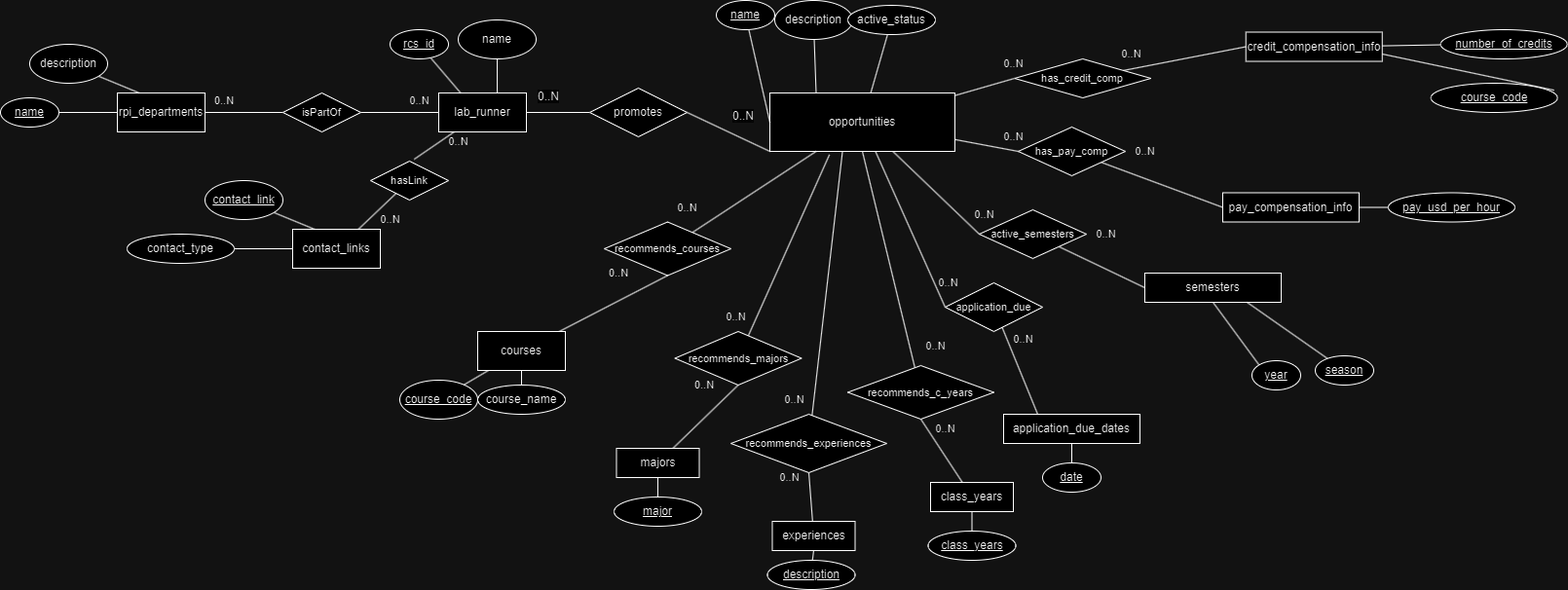
Before: docs/database_docs/phase2_erd_sunny.png, a diagram exported from draw.io (LabConnect-RCOS/LabConnect-Backend). Source tidied: cells renumbered, new cells last; positions are measured from the earlier drawing's top-left corner, leaving out a move shared by most shapes.
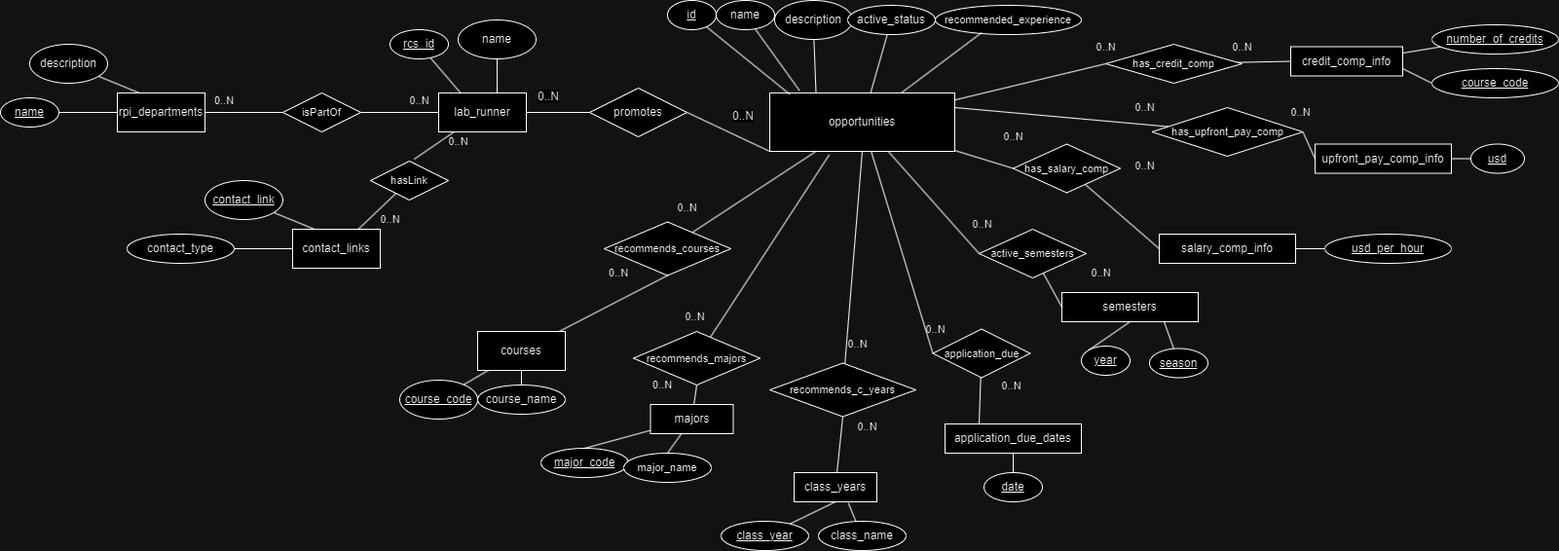
Later version of the same file.

What changed in the source:
```diff
@@ -19,6 +19,6 @@
     </mxCell>
-    <mxCell id="7" style="rounded=0;jettySize=auto;html=1;entryX=0;entryY=0.5;entryDx=0;entryDy=0;endArrow=none;endFill=0;" parent="1" edge="1" source="8" target="6">
+    <mxCell id="7" style="rounded=0;jettySize=auto;html=1;entryX=0.161;entryY=-0.04;entryDx=0;entryDy=0;endArrow=none;endFill=0;entryPerimeter=0;" parent="1" edge="1" source="8" target="6">
       <mxGeometry relative="1" as="geometry" />
     </mxCell>
-    <mxCell id="8" value="&lt;u&gt;name&lt;/u&gt;" style="ellipse;whiteSpace=wrap;html=1;" parent="1" vertex="1">
+    <mxCell id="8" value="name" style="ellipse;whiteSpace=wrap;html=1;" parent="1" vertex="1">
       <mxGeometry x="735" width="60" height="30" as="geometry" />
@@ -99,4 +99,7 @@
     </mxCell>
+    <mxCell id="111" style="edgeStyle=none;shape=connector;rounded=0;jettySize=auto;html=1;entryX=0.5;entryY=0;entryDx=0;entryDy=0;labelBackgroundColor=default;strokeColor=default;align=center;verticalAlign=middle;fontFamily=Helvetica;fontSize=11;fontColor=default;endArrow=none;endFill=0;" parent="1" edge="1" source="33" target="116">
+      <mxGeometry relative="1" as="geometry" />
+    </mxCell>
     <mxCell id="33" value="majors" style="rounded=0;whiteSpace=wrap;html=1;" parent="1" vertex="1">
-      <mxGeometry x="632.5" y="460" width="85" height="30" as="geometry" />
+      <mxGeometry x="667.5" y="415" width="85" height="30" as="geometry" />
     </mxCell>
@@ -105,4 +108,4 @@
     </mxCell>
-    <mxCell id="35" value="&lt;u&gt;major&lt;/u&gt;" style="ellipse;whiteSpace=wrap;html=1;" parent="1" vertex="1">
-      <mxGeometry x="630" y="510" width="90" height="30" as="geometry" />
+    <mxCell id="35" value="&lt;u&gt;major_code&lt;/u&gt;" style="ellipse;whiteSpace=wrap;html=1;" parent="1" vertex="1">
+      <mxGeometry x="555" y="460" width="90" height="30" as="geometry" />
     </mxCell>
@@ -112,3 +115,3 @@
     <mxCell id="37" value="class_years" style="rounded=0;whiteSpace=wrap;html=1;" parent="1" vertex="1">
-      <mxGeometry x="955" y="495" width="85" height="30" as="geometry" />
+      <mxGeometry x="815" y="485" width="85" height="30" as="geometry" />
     </mxCell>
@@ -117,19 +120,7 @@
     </mxCell>
-    <mxCell id="39" value="&lt;u&gt;class_years&lt;/u&gt;" style="ellipse;whiteSpace=wrap;html=1;" parent="1" vertex="1">
-      <mxGeometry x="952.5" y="545" width="90" height="30" as="geometry" />
+    <mxCell id="39" value="&lt;u&gt;class_year&lt;/u&gt;" style="ellipse;whiteSpace=wrap;html=1;" parent="1" vertex="1">
+      <mxGeometry x="740" y="535" width="90" height="30" as="geometry" />
     </mxCell>
-    <mxCell id="40" style="edgeStyle=none;shape=connector;rounded=0;jettySize=auto;html=1;entryX=0.5;entryY=1;entryDx=0;entryDy=0;labelBackgroundColor=default;strokeColor=default;align=center;verticalAlign=middle;fontFamily=Helvetica;fontSize=11;fontColor=default;endArrow=none;endFill=0;" parent="1" edge="1" source="41" target="81">
-      <mxGeometry relative="1" as="geometry" />
-    </mxCell>
-    <mxCell id="41" value="experiences" style="rounded=0;whiteSpace=wrap;html=1;" parent="1" vertex="1">
-      <mxGeometry x="792.5" y="535" width="85" height="30" as="geometry" />
-    </mxCell>
-    <mxCell id="42" style="rounded=0;jettySize=auto;html=1;entryX=0.5;entryY=1;entryDx=0;entryDy=0;endArrow=none;endFill=0;" parent="1" edge="1" source="43" target="41">
-      <mxGeometry relative="1" as="geometry" />
-    </mxCell>
-    <mxCell id="43" value="&lt;u&gt;description&lt;/u&gt;" style="ellipse;whiteSpace=wrap;html=1;" parent="1" vertex="1">
-      <mxGeometry x="787.5" y="575" width="90" height="30" as="geometry" />
-    </mxCell>
-    <mxCell id="44" value="pay_compensation_info" style="rounded=0;whiteSpace=wrap;html=1;" parent="1" vertex="1">
-      <mxGeometry x="1255" y="197.5" width="140" height="30" as="geometry" />
+    <mxCell id="44" value="salary_comp_info" style="rounded=0;whiteSpace=wrap;html=1;" parent="1" vertex="1">
+      <mxGeometry x="1190" y="240" width="140" height="30" as="geometry" />
     </mxCell>
@@ -138,7 +129,7 @@
     </mxCell>
-    <mxCell id="46" value="&lt;u&gt;pay_usd_per_hour&lt;/u&gt;" style="ellipse;whiteSpace=wrap;html=1;" parent="1" vertex="1">
-      <mxGeometry x="1425" y="197.5" width="130" height="30" as="geometry" />
+    <mxCell id="46" value="&lt;u&gt;usd_per_hour&lt;/u&gt;" style="ellipse;whiteSpace=wrap;html=1;" parent="1" vertex="1">
+      <mxGeometry x="1360" y="240" width="130" height="30" as="geometry" />
     </mxCell>
-    <mxCell id="47" value="credit_compensation_info" style="rounded=0;whiteSpace=wrap;html=1;" parent="1" vertex="1">
-      <mxGeometry x="1278.8" y="32.5" width="140" height="30" as="geometry" />
+    <mxCell id="47" value="credit_comp_info" style="rounded=0;whiteSpace=wrap;html=1;" parent="1" vertex="1">
+      <mxGeometry x="1325" y="47.5" width="115" height="30" as="geometry" />
     </mxCell>
@@ -148,5 +139,5 @@
     <mxCell id="49" value="&lt;u&gt;number_of_credits&lt;/u&gt;" style="ellipse;whiteSpace=wrap;html=1;" parent="1" vertex="1">
-      <mxGeometry x="1478.8" y="30" width="130" height="30" as="geometry" />
+      <mxGeometry x="1470" y="25" width="130" height="30" as="geometry" />
     </mxCell>
-    <mxCell id="50" style="rounded=0;jettySize=auto;html=1;entryX=1;entryY=0.75;entryDx=0;entryDy=0;endArrow=none;endFill=0;exitX=0.973;exitY=0.238;exitDx=0;exitDy=0;exitPerimeter=0;" parent="1" edge="1" source="51" target="47">
+    <mxCell id="50" style="rounded=0;jettySize=auto;html=1;entryX=1;entryY=0.75;entryDx=0;entryDy=0;endArrow=none;endFill=0;exitX=0;exitY=0.5;exitDx=0;exitDy=0;" parent="1" edge="1" source="51" target="47">
       <mxGeometry relative="1" as="geometry" />
@@ -154,6 +145,6 @@
     <mxCell id="51" value="&lt;u&gt;course_code&lt;/u&gt;" style="ellipse;whiteSpace=wrap;html=1;" parent="1" vertex="1">
-      <mxGeometry x="1468.8" y="85" width="130" height="30" as="geometry" />
+      <mxGeometry x="1470" y="70" width="130" height="30" as="geometry" />
     </mxCell>
     <mxCell id="52" value="application_due_dates" style="rounded=0;whiteSpace=wrap;html=1;" parent="1" vertex="1">
-      <mxGeometry x="1030" y="425" width="140" height="30" as="geometry" />
+      <mxGeometry x="970" y="435" width="140" height="30" as="geometry" />
     </mxCell>
@@ -163,3 +154,3 @@
     <mxCell id="54" value="semesters" style="rounded=0;whiteSpace=wrap;html=1;" parent="1" vertex="1">
-      <mxGeometry x="1175" y="280" width="140" height="30" as="geometry" />
+      <mxGeometry x="1090" y="300" width="140" height="30" as="geometry" />
     </mxCell>
@@ -169,3 +160,3 @@
     <mxCell id="56" value="&lt;u&gt;season&lt;/u&gt;" style="ellipse;whiteSpace=wrap;html=1;" parent="1" vertex="1">
-      <mxGeometry x="1350" y="365" width="60" height="30" as="geometry" />
+      <mxGeometry x="1180" y="357.5" width="60" height="30" as="geometry" />
     </mxCell>
@@ -175,3 +166,3 @@
     <mxCell id="58" value="&lt;u&gt;year&lt;/u&gt;" style="ellipse;whiteSpace=wrap;html=1;" parent="1" vertex="1">
-      <mxGeometry x="1285" y="370" width="50" height="30" as="geometry" />
+      <mxGeometry x="1110" y="355" width="50" height="30" as="geometry" />
     </mxCell>
@@ -232,3 +223,3 @@
     <mxCell id="77" value="recommends_majors" style="rhombus;whiteSpace=wrap;html=1;fontFamily=Helvetica;fontSize=11;fontColor=default;" parent="1" vertex="1">
-      <mxGeometry x="692.5" y="340" width="130" height="55" as="geometry" />
+      <mxGeometry x="650" y="340" width="130" height="55" as="geometry" />
     </mxCell>
@@ -243,5 +234,2 @@
     </mxCell>
-    <mxCell id="81" value="recommends_experiences" style="rhombus;whiteSpace=wrap;html=1;fontFamily=Helvetica;fontSize=11;fontColor=default;" parent="1" vertex="1">
-      <mxGeometry x="750" y="425" width="160" height="60" as="geometry" />
-    </mxCell>
     <mxCell id="82" style="edgeStyle=none;shape=connector;rounded=0;jettySize=auto;html=1;entryX=0.5;entryY=1;entryDx=0;entryDy=0;labelBackgroundColor=default;strokeColor=default;align=center;verticalAlign=middle;fontFamily=Helvetica;fontSize=11;fontColor=default;endArrow=none;endFill=0;" parent="1" edge="1" source="83" target="6">
@@ -250,3 +238,3 @@
     <mxCell id="83" value="recommends_c_years" style="rhombus;whiteSpace=wrap;html=1;fontFamily=Helvetica;fontSize=11;fontColor=default;" parent="1" vertex="1">
-      <mxGeometry x="870" y="375" width="150" height="55" as="geometry" />
+      <mxGeometry x="790" y="372.5" width="150" height="55" as="geometry" />
     </mxCell>
@@ -254,3 +242,3 @@
       <mxGeometry relative="1" as="geometry">
-        <mxPoint x="1100" y="500" as="sourcePoint" />
+        <mxPoint x="1040" y="510" as="sourcePoint" />
       </mxGeometry>
@@ -258,7 +246,4 @@
     <mxCell id="85" value="&lt;u&gt;date&lt;/u&gt;" style="ellipse;whiteSpace=wrap;html=1;" parent="1" vertex="1">
-      <mxGeometry x="1070" y="475" width="60" height="30" as="geometry" />
+      <mxGeometry x="1010" y="485" width="60" height="30" as="geometry" />
     </mxCell>
-    <mxCell id="86" style="edgeStyle=none;shape=connector;rounded=0;jettySize=auto;html=1;entryX=0.392;entryY=1.011;entryDx=0;entryDy=0;entryPerimeter=0;labelBackgroundColor=default;strokeColor=default;align=center;verticalAlign=middle;fontFamily=Helvetica;fontSize=11;fontColor=default;endArrow=none;endFill=0;" parent="1" edge="1" source="81" target="6">
-      <mxGeometry relative="1" as="geometry" />
-    </mxCell>
     <mxCell id="87" style="edgeStyle=none;shape=connector;rounded=0;jettySize=auto;html=1;entryX=0.25;entryY=0;entryDx=0;entryDy=0;labelBackgroundColor=default;strokeColor=default;align=center;verticalAlign=middle;fontFamily=Helvetica;fontSize=11;fontColor=default;endArrow=none;endFill=0;" parent="1" edge="1" source="88" target="52">
@@ -267,3 +252,3 @@
     <mxCell id="88" value="application_due" style="rhombus;whiteSpace=wrap;html=1;fontFamily=Helvetica;fontSize=11;fontColor=default;" parent="1" vertex="1">
-      <mxGeometry x="970" y="290" width="100" height="50" as="geometry" />
+      <mxGeometry x="957.5" y="337.5" width="100" height="50" as="geometry" />
     </mxCell>
@@ -273,3 +258,3 @@
     <mxCell id="90" value="active_semesters" style="rhombus;whiteSpace=wrap;html=1;fontFamily=Helvetica;fontSize=11;fontColor=default;" parent="1" vertex="1">
-      <mxGeometry x="1005" y="215" width="110" height="50" as="geometry" />
+      <mxGeometry x="1005" y="235" width="110" height="50" as="geometry" />
     </mxCell>
@@ -278,4 +263,4 @@
     </mxCell>
-    <mxCell id="92" value="has_pay_comp" style="rhombus;whiteSpace=wrap;html=1;fontFamily=Helvetica;fontSize=11;fontColor=default;" parent="1" vertex="1">
-      <mxGeometry x="1045" y="130" width="110" height="50" as="geometry" />
+    <mxCell id="92" value="has_salary_comp" style="rhombus;whiteSpace=wrap;html=1;fontFamily=Helvetica;fontSize=11;fontColor=default;" parent="1" vertex="1">
+      <mxGeometry x="1040" y="147.5" width="110" height="50" as="geometry" />
     </mxCell>
@@ -285,3 +270,3 @@
     <mxCell id="94" value="has_credit_comp" style="rhombus;whiteSpace=wrap;html=1;fontFamily=Helvetica;fontSize=11;fontColor=default;" parent="1" vertex="1">
-      <mxGeometry x="1041.2" y="60" width="140" height="40" as="geometry" />
+      <mxGeometry x="1135" y="45" width="140" height="40" as="geometry" />
     </mxCell>
@@ -294,33 +279,27 @@
     <mxCell id="97" value="0..N" style="text;html=1;strokeColor=none;fillColor=none;align=center;verticalAlign=middle;whiteSpace=wrap;rounded=0;fontSize=11;fontFamily=Helvetica;fontColor=default;" parent="1" vertex="1">
-      <mxGeometry x="692.5" y="380" width="60" height="30" as="geometry" />
+      <mxGeometry x="650" y="380" width="60" height="30" as="geometry" />
     </mxCell>
     <mxCell id="98" value="0..N" style="text;html=1;align=center;verticalAlign=middle;strokeColor=none;fillColor=none;fontSize=11;fontFamily=Helvetica;fontColor=default;" parent="1" vertex="1">
-      <mxGeometry x="735" y="310" width="40" height="30" as="geometry" />
+      <mxGeometry x="692.5" y="310" width="40" height="30" as="geometry" />
     </mxCell>
-    <mxCell id="99" value="0..N" style="text;html=1;align=center;verticalAlign=middle;strokeColor=none;fillColor=none;fontSize=11;fontFamily=Helvetica;fontColor=default;" parent="1" vertex="1">
-      <mxGeometry x="790" y="475" width="40" height="30" as="geometry" />
-    </mxCell>
-    <mxCell id="100" value="0..N" style="text;html=1;align=center;verticalAlign=middle;strokeColor=none;fillColor=none;fontSize=11;fontFamily=Helvetica;fontColor=default;" parent="1" vertex="1">
-      <mxGeometry x="795" y="395" width="40" height="30" as="geometry" />
-    </mxCell>
     <mxCell id="101" value="0..N" style="text;html=1;align=center;verticalAlign=middle;strokeColor=none;fillColor=none;fontSize=11;fontFamily=Helvetica;fontColor=default;" parent="1" vertex="1">
-      <mxGeometry x="950" y="425" width="40" height="30" as="geometry" />
+      <mxGeometry x="870" y="422.5" width="40" height="30" as="geometry" />
     </mxCell>
     <mxCell id="102" value="0..N" style="text;html=1;align=center;verticalAlign=middle;strokeColor=none;fillColor=none;fontSize=11;fontFamily=Helvetica;fontColor=default;" parent="1" vertex="1">
-      <mxGeometry x="940" y="340" width="40" height="30" as="geometry" />
+      <mxGeometry x="860" y="337.5" width="40" height="30" as="geometry" />
     </mxCell>
     <mxCell id="103" value="0..N" style="text;html=1;align=center;verticalAlign=middle;strokeColor=none;fillColor=none;fontSize=11;fontFamily=Helvetica;fontColor=default;" parent="1" vertex="1">
-      <mxGeometry x="1030" y="333" width="40" height="30" as="geometry" />
+      <mxGeometry x="1017.5" y="380.5" width="40" height="30" as="geometry" />
     </mxCell>
     <mxCell id="104" value="0..N" style="text;html=1;align=center;verticalAlign=middle;strokeColor=none;fillColor=none;fontSize=11;fontFamily=Helvetica;fontColor=default;" parent="1" vertex="1">
-      <mxGeometry x="952.5" y="275" width="40" height="30" as="geometry" />
+      <mxGeometry x="940" y="322.5" width="40" height="30" as="geometry" />
     </mxCell>
     <mxCell id="105" value="0..N" style="text;html=1;align=center;verticalAlign=middle;strokeColor=none;fillColor=none;fontSize=11;fontFamily=Helvetica;fontColor=default;" parent="1" vertex="1">
-      <mxGeometry x="1115" y="225" width="40" height="30" as="geometry" />
+      <mxGeometry x="1110" y="265" width="40" height="30" as="geometry" />
     </mxCell>
     <mxCell id="106" value="0..N" style="text;html=1;align=center;verticalAlign=middle;strokeColor=none;fillColor=none;fontSize=11;fontFamily=Helvetica;fontColor=default;" parent="1" vertex="1">
-      <mxGeometry x="990" y="205" width="40" height="30" as="geometry" />
+      <mxGeometry x="987.5" y="215" width="40" height="30" as="geometry" />
     </mxCell>
     <mxCell id="107" value="0..N" style="text;html=1;align=center;verticalAlign=middle;strokeColor=none;fillColor=none;fontSize=11;fontFamily=Helvetica;fontColor=default;" parent="1" vertex="1">
-      <mxGeometry x="1155" y="140" width="40" height="30" as="geometry" />
+      <mxGeometry x="1155" y="155" width="40" height="30" as="geometry" />
     </mxCell>
@@ -330,7 +309,52 @@
     <mxCell id="109" value="0..N" style="text;html=1;align=center;verticalAlign=middle;strokeColor=none;fillColor=none;fontSize=11;fontFamily=Helvetica;fontColor=default;" parent="1" vertex="1">
-      <mxGeometry x="1141.2" y="40" width="40" height="30" as="geometry" />
+      <mxGeometry x="1255" y="32.5" width="40" height="30" as="geometry" />
     </mxCell>
     <mxCell id="110" value="0..N" style="text;html=1;align=center;verticalAlign=middle;strokeColor=none;fillColor=none;fontSize=11;fontFamily=Helvetica;fontColor=default;" parent="1" vertex="1">
-      <mxGeometry x="1020" y="50" width="40" height="30" as="geometry" />
+      <mxGeometry x="1115" y="32.5" width="40" height="30" as="geometry" />
     </mxCell>
+    <mxCell id="112" value="&lt;u&gt;id&lt;/u&gt;" style="ellipse;whiteSpace=wrap;html=1;" parent="1" vertex="1">
+      <mxGeometry x="685" width="50" height="30" as="geometry" />
+    </mxCell>
+    <mxCell id="113" style="rounded=0;jettySize=auto;html=1;entryX=0.108;entryY=0.023;entryDx=0;entryDy=0;entryPerimeter=0;endArrow=none;endFill=0;" parent="1" edge="1" source="112" target="6">
+      <mxGeometry relative="1" as="geometry" />
+    </mxCell>
+    <mxCell id="114" value="recommended_experience" style="ellipse;whiteSpace=wrap;html=1;fontFamily=Helvetica;fontSize=11;fontColor=default;" parent="1" vertex="1">
+      <mxGeometry x="960" y="5" width="150" height="30" as="geometry" />
+    </mxCell>
+    <mxCell id="115" style="edgeStyle=none;shape=connector;rounded=0;jettySize=auto;html=1;entryX=0.318;entryY=0.933;entryDx=0;entryDy=0;entryPerimeter=0;labelBackgroundColor=default;strokeColor=default;align=center;verticalAlign=middle;fontFamily=Helvetica;fontSize=11;fontColor=default;endArrow=none;endFill=0;" parent="1" edge="1" source="6" target="114">
+      <mxGeometry relative="1" as="geometry" />
+    </mxCell>
+    <mxCell id="116" value="major_name" style="ellipse;whiteSpace=wrap;html=1;fontFamily=Helvetica;fontSize=11;fontColor=default;" parent="1" vertex="1">
+      <mxGeometry x="640" y="465" width="90" height="30" as="geometry" />
+    </mxCell>
+    <mxCell id="117" value="class_name" style="ellipse;whiteSpace=wrap;html=1;" parent="1" vertex="1">
+      <mxGeometry x="840" y="535" width="90" height="30" as="geometry" />
+    </mxCell>
+    <mxCell id="118" style="edgeStyle=none;shape=connector;rounded=0;jettySize=auto;html=1;entryX=0.655;entryY=1.044;entryDx=0;entryDy=0;entryPerimeter=0;labelBackgroundColor=default;strokeColor=default;align=center;verticalAlign=middle;fontFamily=Helvetica;fontSize=11;fontColor=default;endArrow=none;endFill=0;" parent="1" edge="1" source="117" target="37">
+      <mxGeometry relative="1" as="geometry" />
+    </mxCell>
+    <mxCell id="119" value="upfront_pay_comp_info" style="rounded=0;whiteSpace=wrap;html=1;" parent="1" vertex="1">
+      <mxGeometry x="1350" y="147.5" width="140" height="30" as="geometry" />
+    </mxCell>
+    <mxCell id="120" style="rounded=0;jettySize=auto;html=1;entryX=1;entryY=0.5;entryDx=0;entryDy=0;endArrow=none;endFill=0;" parent="1" edge="1" source="121" target="119">
+      <mxGeometry relative="1" as="geometry" />
+    </mxCell>
+    <mxCell id="121" value="&lt;u&gt;usd&lt;/u&gt;" style="ellipse;whiteSpace=wrap;html=1;" parent="1" vertex="1">
+      <mxGeometry x="1510" y="147.5" width="55" height="30" as="geometry" />
+    </mxCell>
+    <mxCell id="122" style="edgeStyle=none;shape=connector;rounded=0;jettySize=auto;html=1;entryX=0;entryY=0.5;entryDx=0;entryDy=0;labelBackgroundColor=default;strokeColor=default;align=center;verticalAlign=middle;fontFamily=Helvetica;fontSize=11;fontColor=default;endArrow=none;endFill=0;exitX=1;exitY=0.5;exitDx=0;exitDy=0;" parent="1" edge="1" source="124" target="119">
+      <mxGeometry relative="1" as="geometry" />
+    </mxCell>
+    <mxCell id="123" style="edgeStyle=none;shape=connector;rounded=0;jettySize=auto;html=1;entryX=1;entryY=0.25;entryDx=0;entryDy=0;labelBackgroundColor=default;strokeColor=default;align=center;verticalAlign=middle;fontFamily=Helvetica;fontSize=11;fontColor=default;endArrow=none;endFill=0;" parent="1" edge="1" source="124" target="6">
+      <mxGeometry relative="1" as="geometry" />
+    </mxCell>
+    <mxCell id="124" value="has_upfront_pay_comp" style="rhombus;whiteSpace=wrap;html=1;fontFamily=Helvetica;fontSize=11;fontColor=default;" parent="1" vertex="1">
+      <mxGeometry x="1182.5" y="110" width="155" height="50" as="geometry" />
+    </mxCell>
+    <mxCell id="125" value="0..N" style="text;html=1;align=center;verticalAlign=middle;strokeColor=none;fillColor=none;fontSize=11;fontFamily=Helvetica;fontColor=default;" parent="1" vertex="1">
+      <mxGeometry x="1315" y="100" width="40" height="30" as="geometry" />
+    </mxCell>
+    <mxCell id="126" value="0..N" style="text;html=1;align=center;verticalAlign=middle;strokeColor=none;fillColor=none;fontSize=11;fontFamily=Helvetica;fontColor=default;" parent="1" vertex="1">
+      <mxGeometry x="1155" y="95" width="40" height="30" as="geometry" />
+    </mxCell>
   </root>
```
